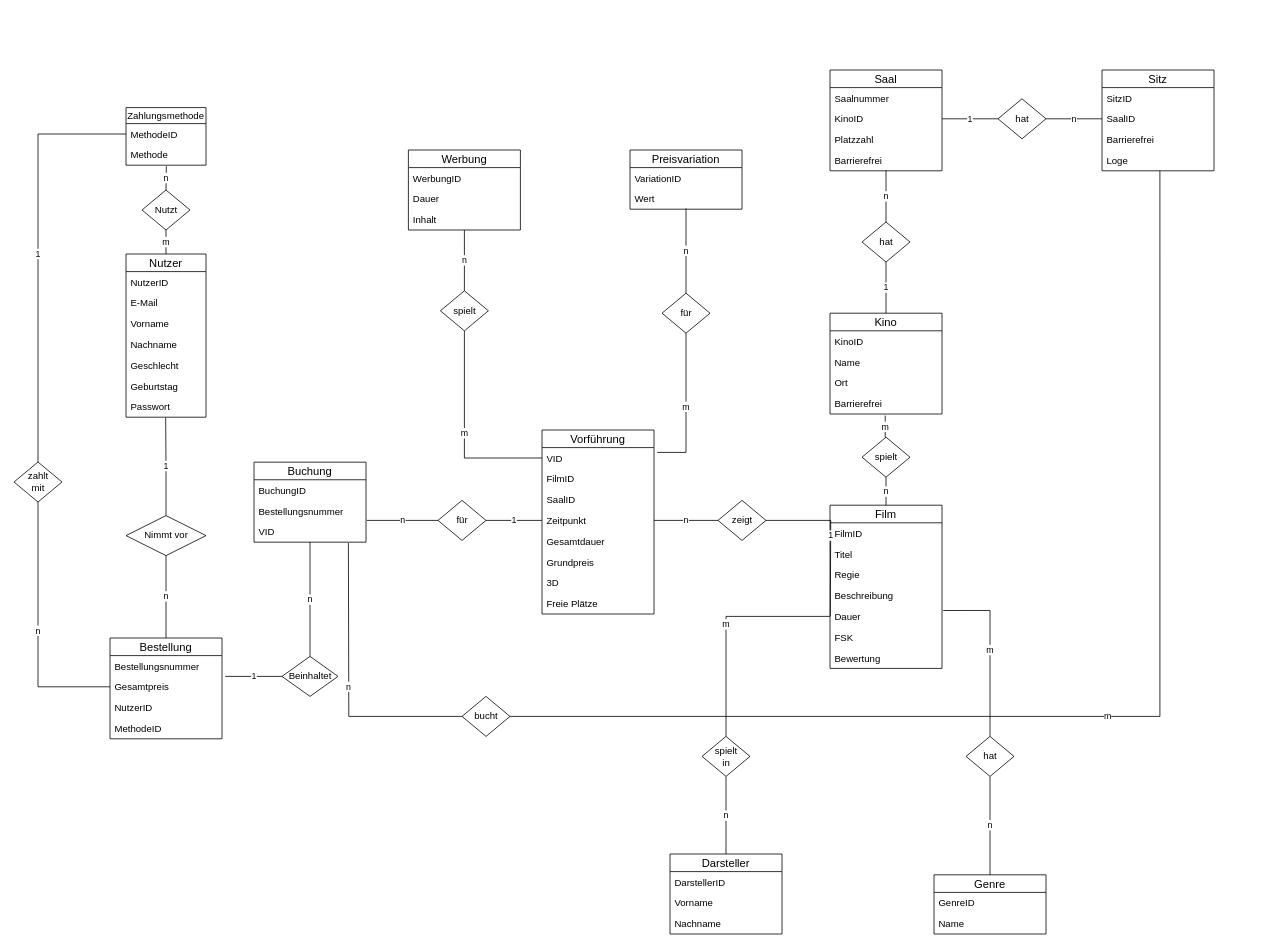
The draw.io diagram Datenbank/ERDLukas.drawio in LukasBlank/KiNow, before the edit. Source tidied: cells renumbered, new cells numbered last; positions are measured from the earlier drawing's top-left corner, leaving out a move shared by most shapes. Both pictures are drawn from the tidied source at 80%, with x=0, y=0 at pixel (14, 70).
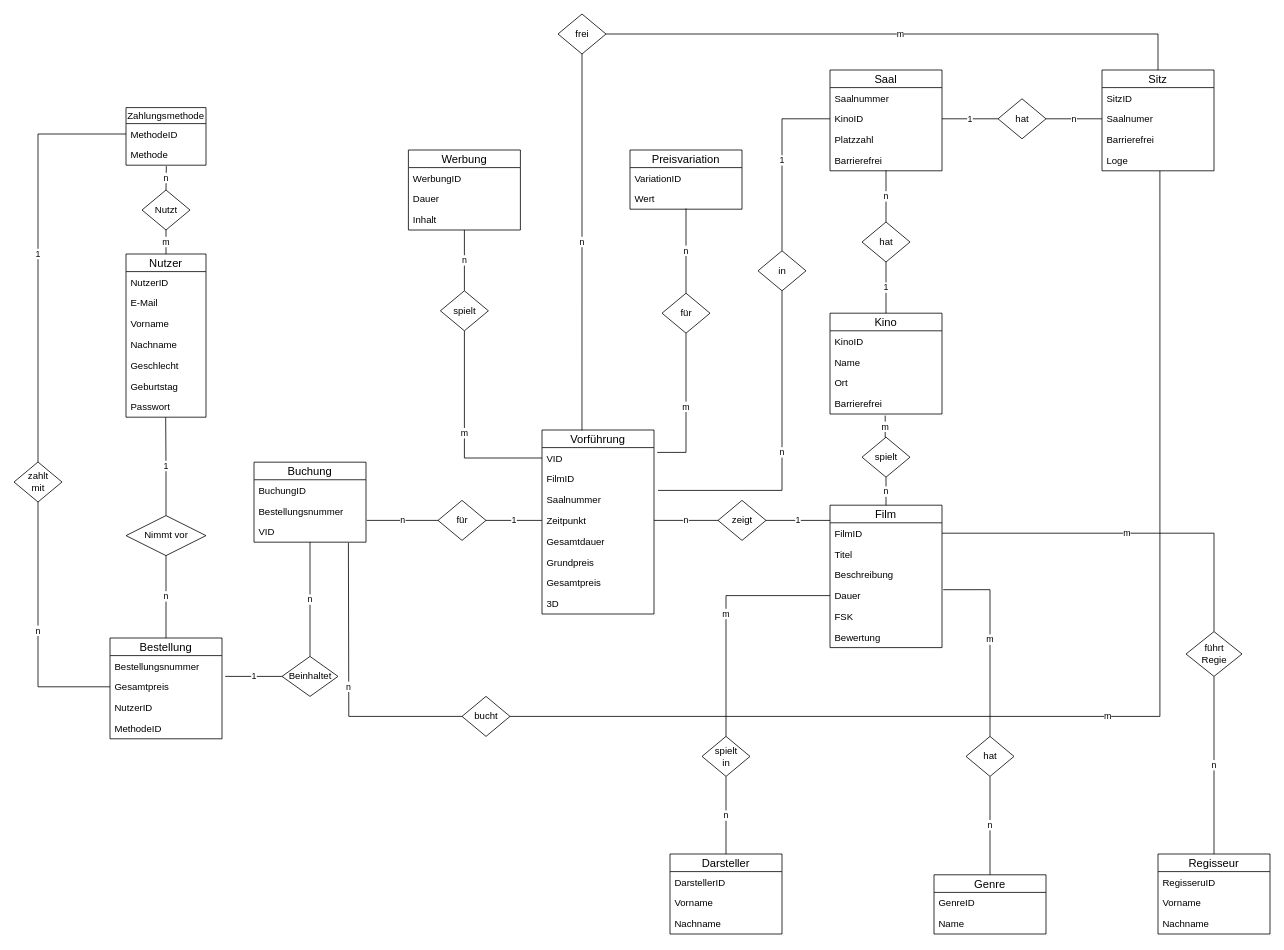
The same page after the edit.

Unchanged cells that the change refers to:
```xml
<mxCell id="34" value="Sitz" style="swimlane;fontStyle=0;horizontal=1;startSize=22;fillColor=none;swimlaneFillColor=#ffffff;align=center;fontSize=14;html=0;" parent="1" vertex="1">
  <mxGeometry x="1360" width="140" height="126" as="geometry" />
</mxCell>
<mxCell id="44" value="KinoID" style="text;strokeColor=none;fillColor=none;spacingLeft=4;spacingRight=4;overflow=hidden;points=[[0,0.5],[1,0.5]];portConstraint=eastwest;fontSize=12;" parent="42" vertex="1">
  <mxGeometry y="48" width="140" height="26" as="geometry" />
</mxCell>
<mxCell id="56" value="FilmID" style="text;strokeColor=none;fillColor=none;spacingLeft=4;spacingRight=4;overflow=hidden;points=[[0,0.5],[1,0.5]];portConstraint=eastwest;fontSize=12;" parent="55" vertex="1">
  <mxGeometry y="22" width="140" height="26" as="geometry" />
</mxCell>
<mxCell id="66" value="Vorführung" style="swimlane;fontStyle=0;horizontal=1;startSize=22;fillColor=none;swimlaneFillColor=#ffffff;align=center;fontSize=14;html=0;" parent="1" vertex="1">
  <mxGeometry x="660" y="450" width="140" height="230" as="geometry" />
</mxCell>
<mxCell id="80" value="zeigt" style="shape=rhombus;html=1;dashed=0;whitespace=wrap;perimeter=rhombusPerimeter;" parent="1" vertex="1">
  <mxGeometry x="880" y="538" width="60" height="50" as="geometry" />
</mxCell>
```

What changed in the source:
```diff
@@
-    <mxCell id="36" value="SaalID" style="text;strokeColor=none;fillColor=none;spacingLeft=4;spacingRight=4;overflow=hidden;points=[[0,0.5],[1,0.5]];portConstraint=eastwest;fontSize=12;" parent="34" vertex="1">
+    <mxCell id="36" value="Saalnumer" style="text;strokeColor=none;fillColor=none;spacingLeft=4;spacingRight=4;overflow=hidden;points=[[0,0.5],[1,0.5]];portConstraint=eastwest;fontSize=12;" parent="34" vertex="1">
       <mxGeometry y="48" width="140" height="26" as="geometry" />
     </mxCell>
@@
     <mxCell id="55" value="Film" style="swimlane;fontStyle=0;horizontal=1;startSize=22;fillColor=none;swimlaneFillColor=#ffffff;align=center;fontSize=14;html=0;" parent="1" vertex="1">
-      <mxGeometry x="1020" y="544" width="140" height="204" as="geometry" />
+      <mxGeometry x="1020" y="544" width="140" height="178" as="geometry" />
     </mxCell>
@@
-    <mxCell id="58" value="Regie" style="text;strokeColor=none;fillColor=none;spacingLeft=4;spacingRight=4;overflow=hidden;fontSize=12;html=0;" parent="55" vertex="1">
-      <mxGeometry y="74" width="140" height="26" as="geometry" />
-    </mxCell>
     <mxCell id="59" value="Beschreibung" style="text;strokeColor=none;fillColor=none;spacingLeft=4;spacingRight=4;overflow=hidden;fontSize=12;html=0;" parent="55" vertex="1">
-      <mxGeometry y="100" width="140" height="26" as="geometry" />
+      <mxGeometry y="74" width="140" height="26" as="geometry" />
     </mxCell>
     <mxCell id="60" value="Dauer" style="text;strokeColor=none;fillColor=none;spacingLeft=4;spacingRight=4;overflow=hidden;points=[[0,0.5],[1,0.5]];portConstraint=eastwest;fontSize=12;html=0;" parent="55" vertex="1">
-      <mxGeometry y="126" width="140" height="26" as="geometry" />
+      <mxGeometry y="100" width="140" height="26" as="geometry" />
     </mxCell>
     <mxCell id="61" value="FSK" style="text;strokeColor=none;fillColor=none;spacingLeft=4;spacingRight=4;overflow=hidden;fontSize=12;html=0;" parent="55" vertex="1">
-      <mxGeometry y="152" width="140" height="26" as="geometry" />
+      <mxGeometry y="126" width="140" height="26" as="geometry" />
     </mxCell>
     <mxCell id="62" value="Bewertung" style="text;strokeColor=none;fillColor=none;spacingLeft=4;spacingRight=4;overflow=hidden;fontSize=12;html=0;" parent="55" vertex="1">
-      <mxGeometry y="178" width="140" height="26" as="geometry" />
+      <mxGeometry y="152" width="140" height="26" as="geometry" />
     </mxCell>
@@
-    <mxCell id="69" value="SaalID" style="text;strokeColor=none;fillColor=none;spacingLeft=4;spacingRight=4;overflow=hidden;points=[[0,0.5],[1,0.5]];portConstraint=eastwest;fontSize=12;" parent="66" vertex="1">
+    <mxCell id="69" value="Saalnummer" style="text;strokeColor=none;fillColor=none;spacingLeft=4;spacingRight=4;overflow=hidden;points=[[0,0.5],[1,0.5]];portConstraint=eastwest;fontSize=12;" parent="66" vertex="1">
       <mxGeometry y="74" width="140" height="26" as="geometry" />
     </mxCell>
@@
+    <mxCell id="110" value="Gesamtpreis" style="text;strokeColor=none;fillColor=none;spacingLeft=4;spacingRight=4;overflow=hidden;fontSize=12;" parent="66" vertex="1">
+      <mxGeometry y="178" width="140" height="26" as="geometry" />
+    </mxCell>
     <mxCell id="73" value="3D" style="text;strokeColor=none;fillColor=none;spacingLeft=4;spacingRight=4;overflow=hidden;fontSize=12;html=0;" parent="66" vertex="1">
-      <mxGeometry y="178" width="140" height="26" as="geometry" />
+      <mxGeometry y="204" width="140" height="26" as="geometry" />
     </mxCell>
-    <mxCell id="74" value="Freie Plätze" style="text;strokeColor=none;fillColor=none;spacingLeft=4;spacingRight=4;overflow=hidden;fontSize=12;html=0;" parent="66" vertex="1">
-      <mxGeometry y="204" width="140" height="26" as="geometry" />
-    </mxCell>
@@
-    <mxCell id="79" value="1" style="edgeStyle=orthogonalEdgeStyle;rounded=0;jettySize=auto;html=1;exitX=1;exitY=0.5;exitDx=0;exitDy=0;entryX=0;entryY=0.5;entryDx=0;entryDy=0;endArrow=none;endFill=0;" parent="1" edge="1" source="80">
+    <mxCell id="79" value="1" style="edgeStyle=orthogonalEdgeStyle;rounded=0;jettySize=auto;html=1;exitX=1;exitY=0.5;exitDx=0;exitDy=0;endArrow=none;endFill=0;" parent="1" edge="1" source="80">
       <mxGeometry relative="1" as="geometry">
-        <mxPoint x="1020.4" y="682.7" as="targetPoint" />
+        <mxPoint x="1020" y="563" as="targetPoint" />
       </mxGeometry>
     </mxCell>
@@
+    <mxCell id="111" value="n" style="edgeStyle=orthogonalEdgeStyle;rounded=0;jettySize=auto;html=1;exitX=0.5;exitY=1;exitDx=0;exitDy=0;entryX=1.036;entryY=0.058;entryDx=0;entryDy=0;entryPerimeter=0;endArrow=none;endFill=0;" parent="1" edge="1" source="113" target="69">
+      <mxGeometry relative="1" as="geometry" />
+    </mxCell>
+    <mxCell id="112" value="1" style="edgeStyle=orthogonalEdgeStyle;rounded=0;jettySize=auto;html=1;exitX=0.5;exitY=0;exitDx=0;exitDy=0;entryX=0;entryY=0.5;entryDx=0;entryDy=0;endArrow=none;endFill=0;" parent="1" edge="1" source="113" target="44">
+      <mxGeometry relative="1" as="geometry" />
+    </mxCell>
+    <mxCell id="113" value="in" style="shape=rhombus;html=1;dashed=0;whitespace=wrap;perimeter=rhombusPerimeter;" parent="1" vertex="1">
+      <mxGeometry x="930" y="226" width="60" height="50" as="geometry" />
+    </mxCell>
+    <mxCell id="114" value="n" style="edgeStyle=orthogonalEdgeStyle;rounded=0;jettySize=auto;html=1;exitX=0.5;exitY=1;exitDx=0;exitDy=0;entryX=0.357;entryY=0.002;entryDx=0;entryDy=0;entryPerimeter=0;endArrow=none;endFill=0;" parent="1" edge="1" source="116" target="66">
+      <mxGeometry relative="1" as="geometry" />
+    </mxCell>
+    <mxCell id="115" value="m" style="edgeStyle=orthogonalEdgeStyle;rounded=0;jettySize=auto;html=1;exitX=1;exitY=0.5;exitDx=0;exitDy=0;endArrow=none;endFill=0;" parent="1" edge="1" source="116" target="34">
+      <mxGeometry relative="1" as="geometry" />
+    </mxCell>
+    <mxCell id="116" value="frei" style="shape=rhombus;html=1;dashed=0;whitespace=wrap;perimeter=rhombusPerimeter;" parent="1" vertex="1">
+      <mxGeometry x="680" y="-70" width="60" height="50" as="geometry" />
+    </mxCell>
+    <mxCell id="117" value="Regisseur" style="swimlane;fontStyle=0;horizontal=1;startSize=22;fillColor=none;swimlaneFillColor=#ffffff;align=center;fontSize=14;" parent="1" vertex="1">
+      <mxGeometry x="1430" y="980" width="140" height="100" as="geometry" />
+    </mxCell>
+    <mxCell id="118" value="RegisseruID" style="text;strokeColor=none;fillColor=none;spacingLeft=4;spacingRight=4;overflow=hidden;fontSize=12;" parent="117" vertex="1">
+      <mxGeometry y="22" width="140" height="26" as="geometry" />
+    </mxCell>
+    <mxCell id="119" value="Vorname" style="text;strokeColor=none;fillColor=none;spacingLeft=4;spacingRight=4;overflow=hidden;fontSize=12;" parent="117" vertex="1">
+      <mxGeometry y="48" width="140" height="26" as="geometry" />
+    </mxCell>
+    <mxCell id="120" value="Nachname" style="text;strokeColor=none;fillColor=none;spacingLeft=4;spacingRight=4;overflow=hidden;fontSize=12;" parent="117" vertex="1">
+      <mxGeometry y="74" width="140" height="26" as="geometry" />
+    </mxCell>
+    <mxCell id="121" value="n" style="edgeStyle=orthogonalEdgeStyle;rounded=0;jettySize=auto;html=1;exitX=0.5;exitY=1;exitDx=0;exitDy=0;entryX=0.5;entryY=0;entryDx=0;entryDy=0;endArrow=none;endFill=0;" parent="1" edge="1" source="123" target="117">
+      <mxGeometry relative="1" as="geometry" />
+    </mxCell>
+    <mxCell id="122" value="m" style="edgeStyle=orthogonalEdgeStyle;rounded=0;jettySize=auto;html=1;exitX=0.5;exitY=0;exitDx=0;exitDy=0;entryX=1;entryY=0.5;entryDx=0;entryDy=0;endArrow=none;endFill=0;" parent="1" edge="1" source="123" target="56">
+      <mxGeometry relative="1" as="geometry" />
+    </mxCell>
+    <mxCell id="123" value="führt&lt;br&gt;Regie" style="shape=rhombus;html=1;dashed=0;whitespace=wrap;perimeter=rhombusPerimeter;" parent="1" vertex="1">
+      <mxGeometry x="1465" y="702" width="70" height="56" as="geometry" />
+    </mxCell>
```
